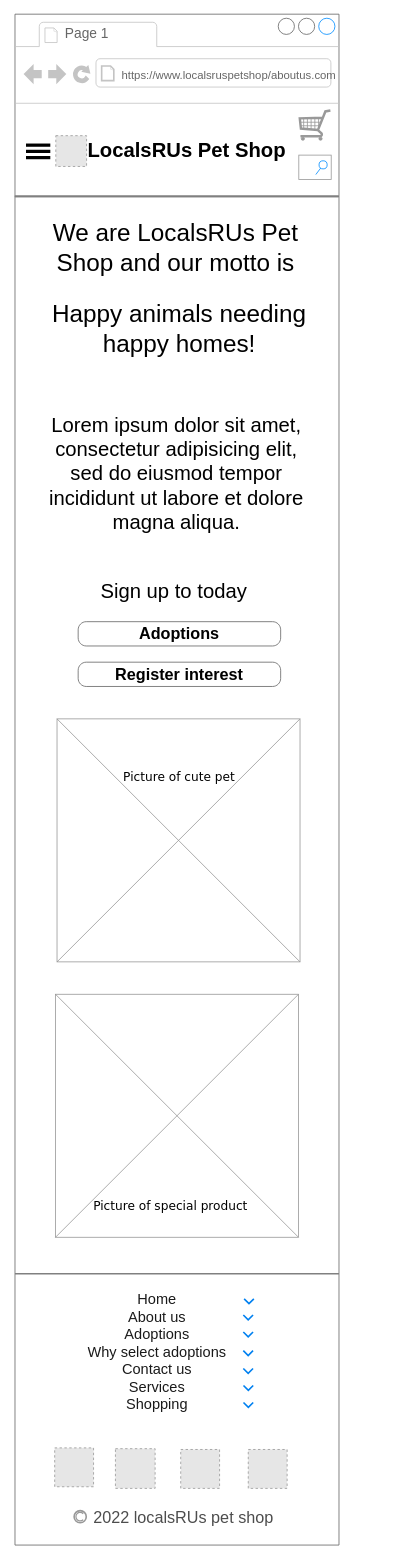
Above: page "About us page mobile version" (6 of 11) of Untitled Diagram.drawio in Oenghuswalsh/ICTWEB431-OenghusWalsh (draw.io), before the change. Source tidied: cells renumbered, new cells numbered last; positions are measured from the earlier drawing's top-left corner, leaving out a move shared by most shapes. Both pictures are drawn from the tidied source at 81%, with x=0, y=0 at pixel (15, 14). Pictures stored in the file or linked from it are replaced by grey dashed boxes.
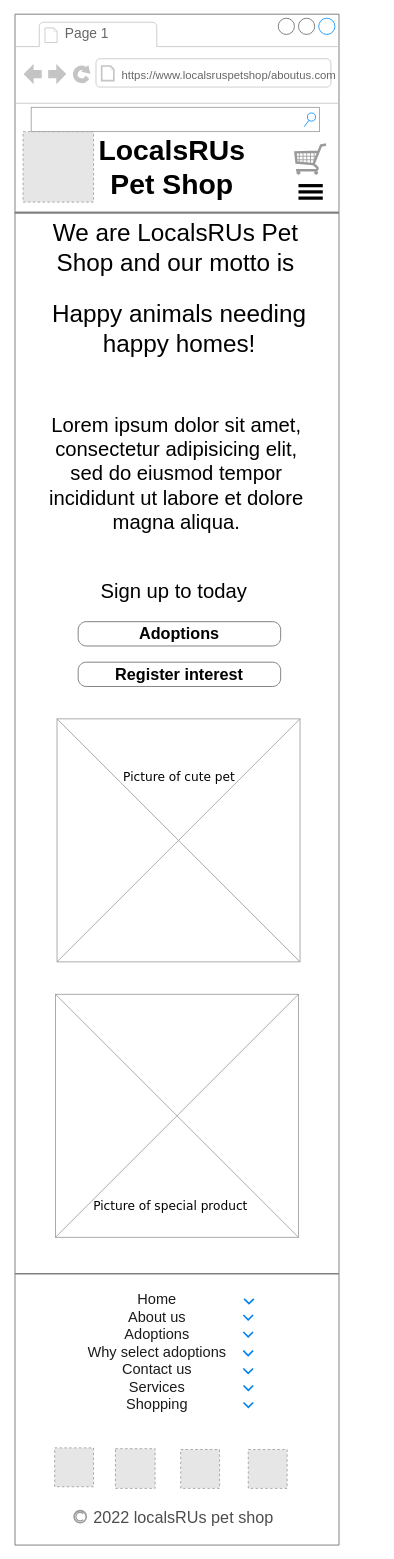
The same page after the edit.

The change refers to these unchanged cells:
```xml
<mxCell id="2" style="strokeWidth=1;shadow=0;dashed=0;align=center;html=1;shape=mxgraph.mockup.containers.browserWindow;rSize=0;strokeColor=#666666;mainText=,;rounded=0;labelBackgroundColor=none;fontFamily=Verdana;fontSize=12;fillColor=none;" parent="1" vertex="1">
  <mxGeometry width="400" height="1890" as="geometry" />
</mxCell>
```

What changed in the source:
```diff
@@
     <mxCell id="20" style="line;strokeWidth=2;html=1;fontFamily=Helvetica;fontSize=18;fontColor=#1A1A1A;fillColor=none;strokeColor=#808080;" parent="2" vertex="1">
-      <mxGeometry x="-0.4" y="220" width="400" height="10" as="geometry" />
+      <mxGeometry x="-0.4" y="240" width="400" height="10" as="geometry" />
     </mxCell>
@@
-    <mxCell id="33" value="&lt;b style=&quot;font-size: 25px;&quot;&gt;&lt;font style=&quot;font-size: 25px;&quot;&gt;LocalsRUs Pet Shop&lt;/font&gt;&lt;/b&gt;" style="text;html=1;align=left;verticalAlign=top;spacingTop=-4;fontSize=25;fontFamily=Helvetica;" parent="2" vertex="1">
-      <mxGeometry x="88.4" y="150" width="250" height="40" as="geometry" />
+    <mxCell id="33" value="&lt;b style=&quot;&quot;&gt;&lt;font style=&quot;font-size: 35px;&quot;&gt;LocalsRUs Pet Shop&lt;/font&gt;&lt;/b&gt;" style="text;html=1;align=center;verticalAlign=top;spacingTop=-4;fontSize=26;fontFamily=Helvetica;whiteSpace=wrap;" parent="2" vertex="1">
+      <mxGeometry x="73" y="145" width="242" height="92" as="geometry" />
     </mxCell>
-    <mxCell id="34" style="strokeWidth=1;shadow=0;dashed=0;align=center;html=1;shape=mxgraph.mockup.forms.searchBox;strokeColor=#999999;mainText=;strokeColor2=#008cff;fontColor=#666666;fontSize=17;align=left;spacingLeft=3;rounded=0;labelBackgroundColor=none;" parent="2" vertex="1">
-      <mxGeometry x="350.4" y="174" width="40" height="30" as="geometry" />
-    </mxCell>
     <mxCell id="35" style="verticalLabelPosition=bottom;shadow=0;dashed=0;align=center;html=1;verticalAlign=top;strokeWidth=1;shape=mxgraph.mockup.misc.shoppingCart;strokeColor=#999999;fontFamily=Helvetica;fontSize=10;fontColor=#A3A3A3;fillColor=none;" parent="2" vertex="1">
-      <mxGeometry x="350.4" y="118" width="40" height="38" as="geometry" />
+      <mxGeometry x="345" y="160" width="40" height="38" as="geometry" />
     </mxCell>
     <mxCell id="36" style="group;" parent="2" vertex="1">
-      <mxGeometry x="13.6" y="150" width="30" height="31" as="geometry" />
+      <mxGeometry x="350" y="200" width="30" height="31" as="geometry" />
     </mxCell>
@@
     <mxCell id="40" style="fillColor=#E6E6E6;strokeColor=#999999;dashed=1;html=1;verticalAlign=top;verticalLabelPosition=bottom;labelBackgroundColor=#ffffff;fontFamily=Helvetica;fontSize=25;fontColor=#1A1A1A;" parent="2" vertex="1">
-      <mxGeometry x="50.4" y="150" width="38" height="38" as="geometry" />
+      <mxGeometry x="10" y="145" width="87" height="87" as="geometry" />
     </mxCell>
     <mxCell id="41" style="line;strokeWidth=2;html=1;fontFamily=Helvetica;fontSize=18;fontColor=#1A1A1A;fillColor=none;strokeColor=#808080;" parent="2" vertex="1">
-      <mxGeometry y="220" width="400" height="10" as="geometry" />
+      <mxGeometry y="240" width="400" height="10" as="geometry" />
     </mxCell>
+    <mxCell id="34" style="strokeWidth=1;shadow=0;dashed=0;align=center;html=1;shape=mxgraph.mockup.forms.searchBox;strokeColor=#999999;mainText=;strokeColor2=#008cff;fontColor=#666666;fontSize=17;align=left;spacingLeft=3;rounded=0;labelBackgroundColor=none;" parent="2" vertex="1">
+      <mxGeometry x="20" y="115" width="356" height="30" as="geometry" />
+    </mxCell>
```
